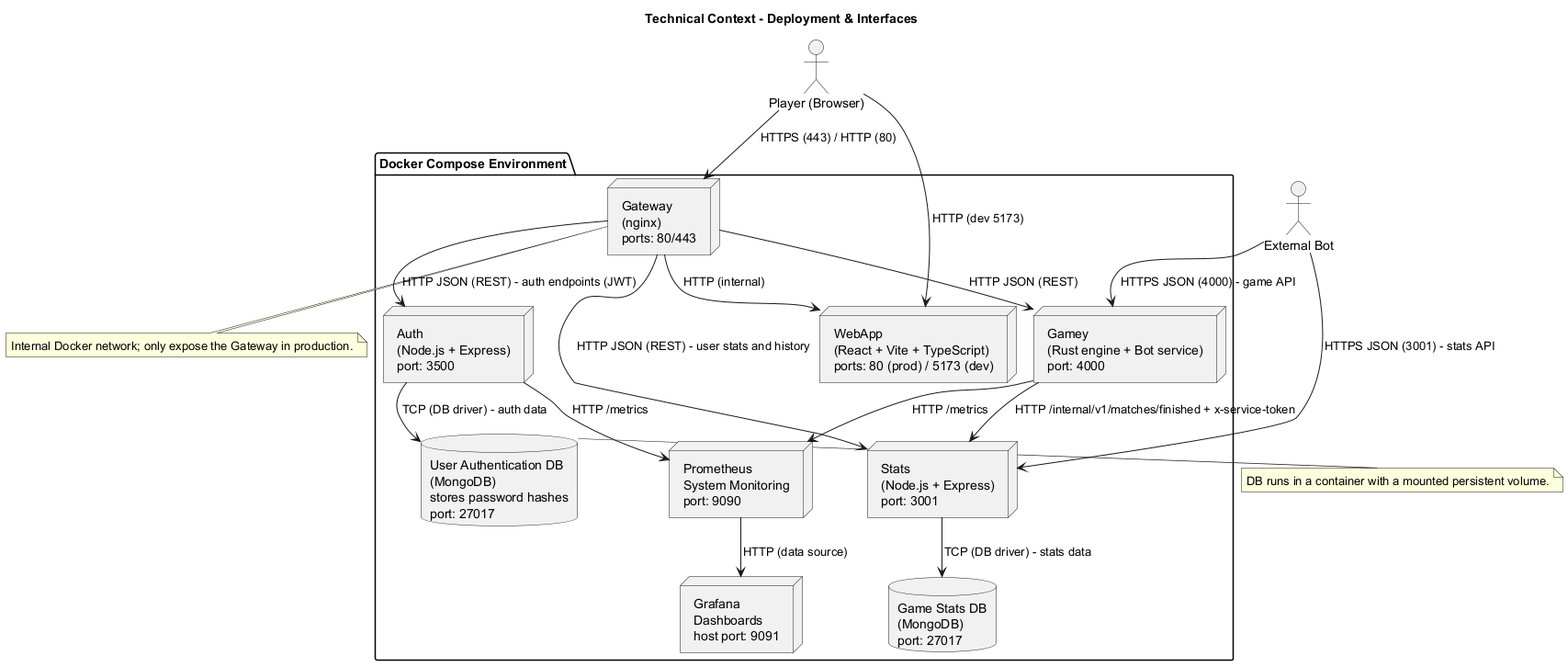
This is images/technical-context-diagram.png from Arquisoft/yovi_es4b, a PlantUML export, as it was before one commit.
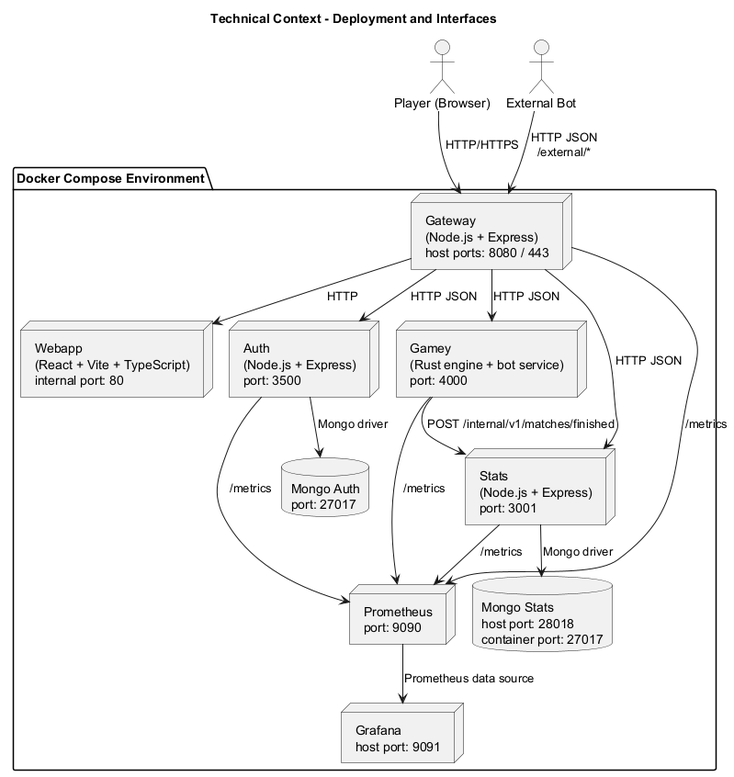
After the change.

Change to the diagram source:
```diff
@@ -1,48 +1,36 @@
 @startuml
-title Technical Context - Deployment & Interfaces
+title Technical Context - Deployment and Interfaces
 
 actor "Player (Browser)" as Browser
 actor "External Bot" as ExternalBot
 
 package "Docker Compose Environment" {
-
-    node "Gateway\n(nginx)\nports: 80/443" as Gateway
-    node "WebApp\n(React + Vite + TypeScript)\nports: 80 (prod) / 5173 (dev)" as WebApp
+    node "Gateway\n(Node.js + Express)\nhost ports: 8080 / 443" as Gateway
+    node "Webapp\n(React + Vite + TypeScript)\ninternal port: 80" as WebApp
     node "Auth\n(Node.js + Express)\nport: 3500" as Auth
     node "Stats\n(Node.js + Express)\nport: 3001" as Stats
-    node "Gamey\n(Rust engine + Bot service)\nport: 4000" as Gamey
-
-    database "User Authentication DB\n(MongoDB)\nstores password hashes\nport: 27017" as UserDB
-    database "Game Stats DB\n(MongoDB)\nport: 27017" as GameDB
-
-    node "Prometheus\nSystem Monitoring\nport: 9090" as Prometheus
-    node "Grafana\nDashboards\nhost port: 9091" as Grafana
+    node "Gamey\n(Rust engine + bot service)\nport: 4000" as Gamey
+    database "Mongo Auth\nport: 27017" as UserDB
+    database "Mongo Stats\nhost port: 28018\ncontainer port: 27017" as GameDB
+    node "Prometheus\nport: 9090" as Prometheus
+    node "Grafana\nhost port: 9091" as Grafana
 }
 
-Browser --> Gateway : HTTPS (443) / HTTP (80)
-Browser --> WebApp : HTTP (dev 5173)
+Browser --> Gateway : HTTP/HTTPS
+ExternalBot --> Gateway : HTTP JSON\n/external/*
 
-ExternalBot --> Gamey : HTTPS JSON (4000) - game API
-ExternalBot --> Stats : HTTPS JSON (3001) - stats API
+Gateway --> WebApp : HTTP
+Gateway --> Auth : HTTP JSON
+Gateway --> Stats : HTTP JSON
+Gateway --> Gamey : HTTP JSON
 
-Gateway --> WebApp : HTTP (internal)
-Gateway --> Auth : HTTP JSON (REST) - auth endpoints (JWT)
-Gateway --> Stats : HTTP JSON (REST) - user stats and history
-Gateway --> Gamey : HTTP JSON (REST)
-Auth --> UserDB : TCP (DB driver) - auth data
-Gamey --> Stats : HTTP /internal/v1/matches/finished + x-service-token
-Stats --> GameDB : TCP (DB driver) - stats data
+Auth --> UserDB : Mongo driver
+Stats --> GameDB : Mongo driver
+Gamey --> Stats : POST /internal/v1/matches/finished
 
-Auth --> Prometheus : HTTP /metrics
-Gamey --> Prometheus : HTTP /metrics
-Prometheus --> Grafana : HTTP (data source)
-
-note left of UserDB
-DB runs in a container with a mounted persistent volume.
-end note
-
-note bottom of Gateway
-Internal Docker network; only expose the Gateway in production.
-end note
-
+Gateway --> Prometheus : /metrics
+Auth --> Prometheus : /metrics
+Stats --> Prometheus : /metrics
+Gamey --> Prometheus : /metrics
+Prometheus --> Grafana : Prometheus data source
 @enduml
```
